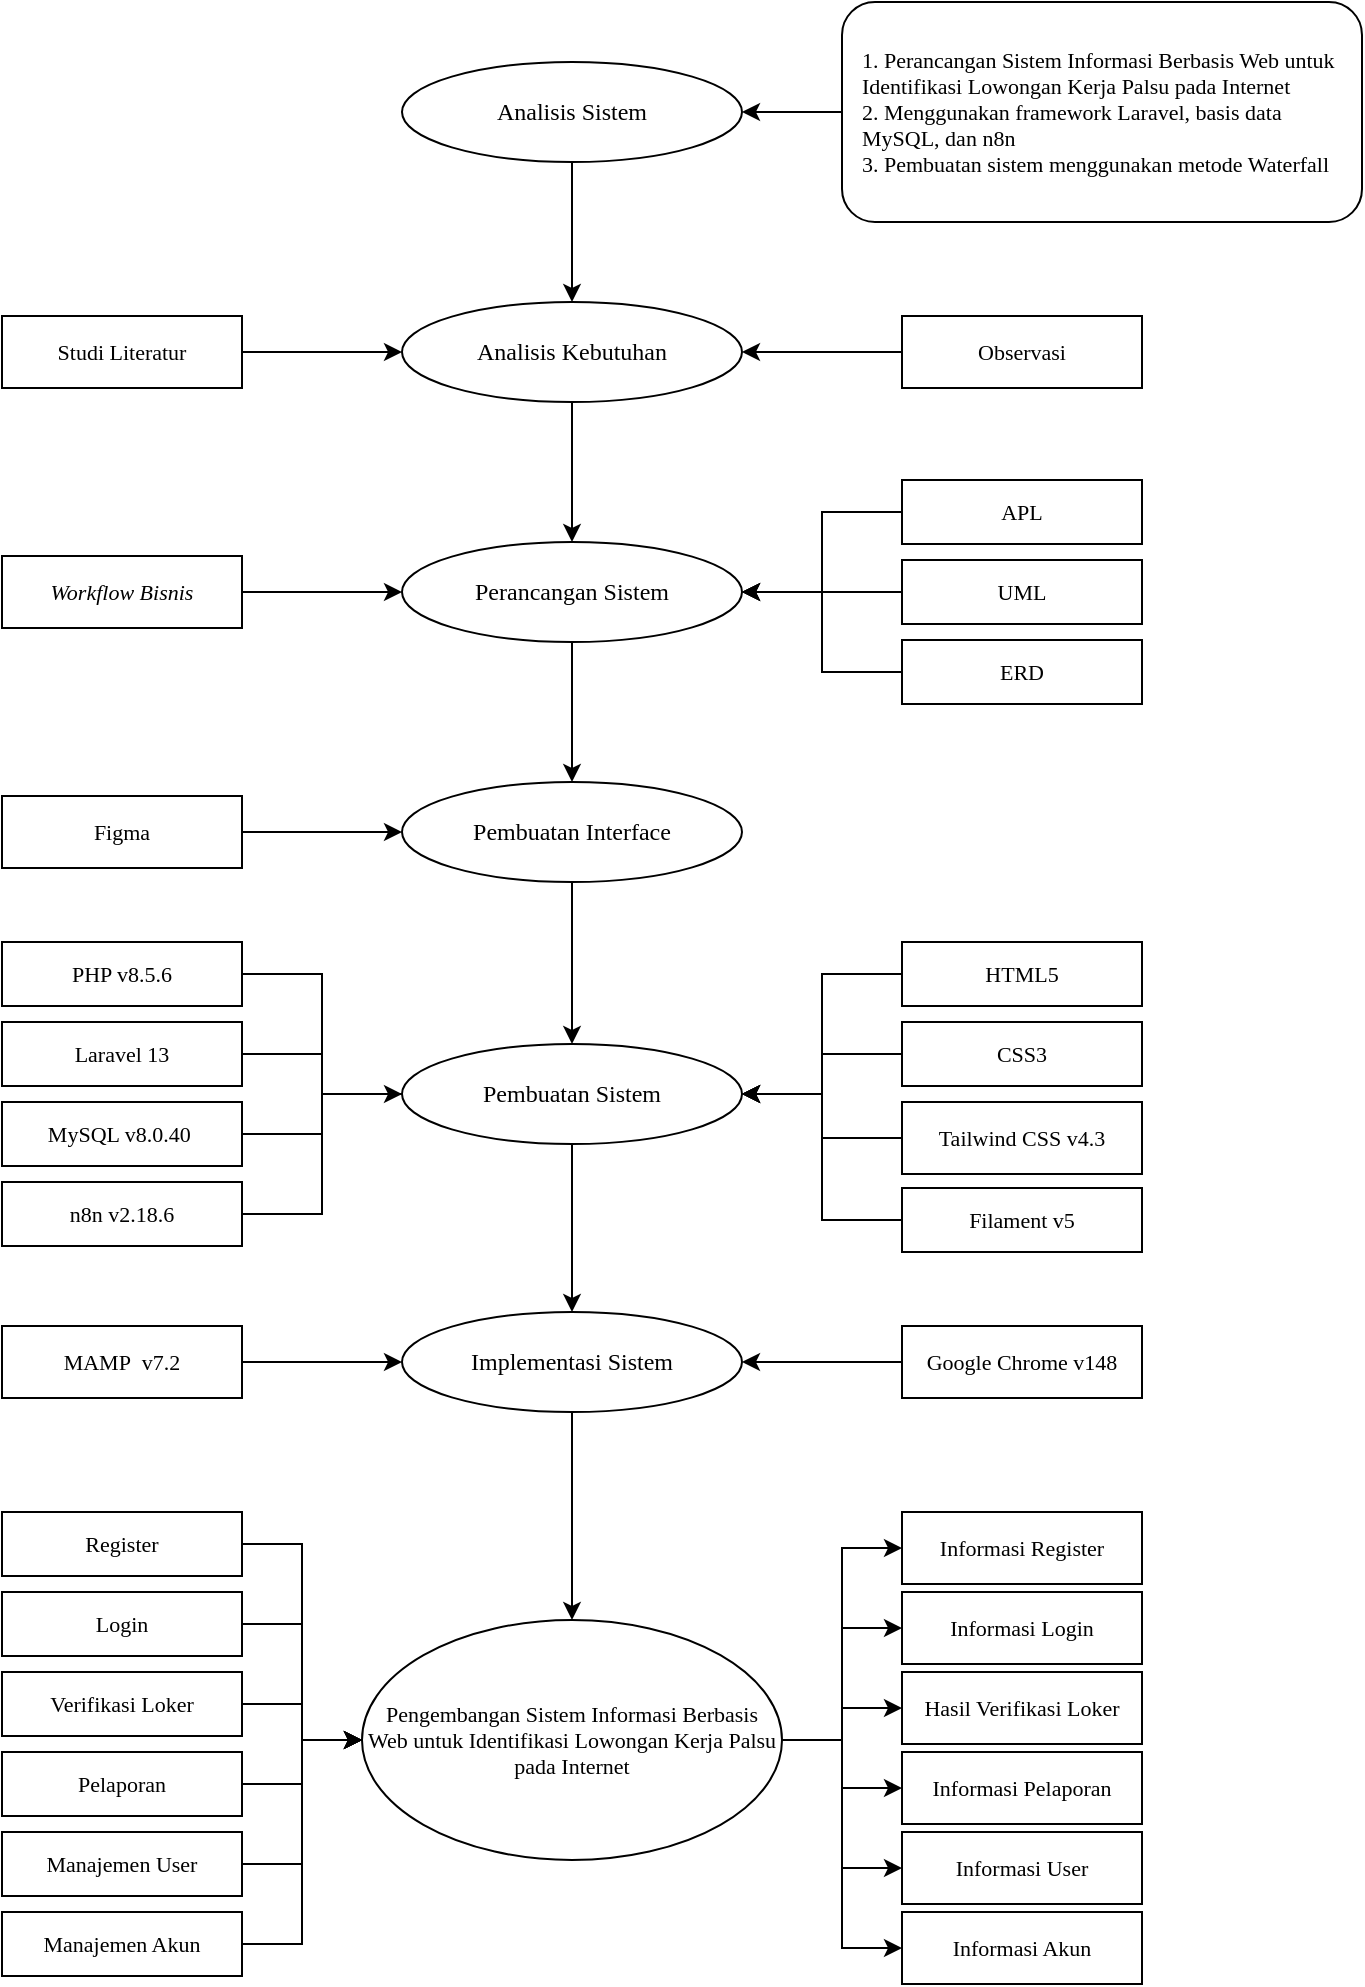
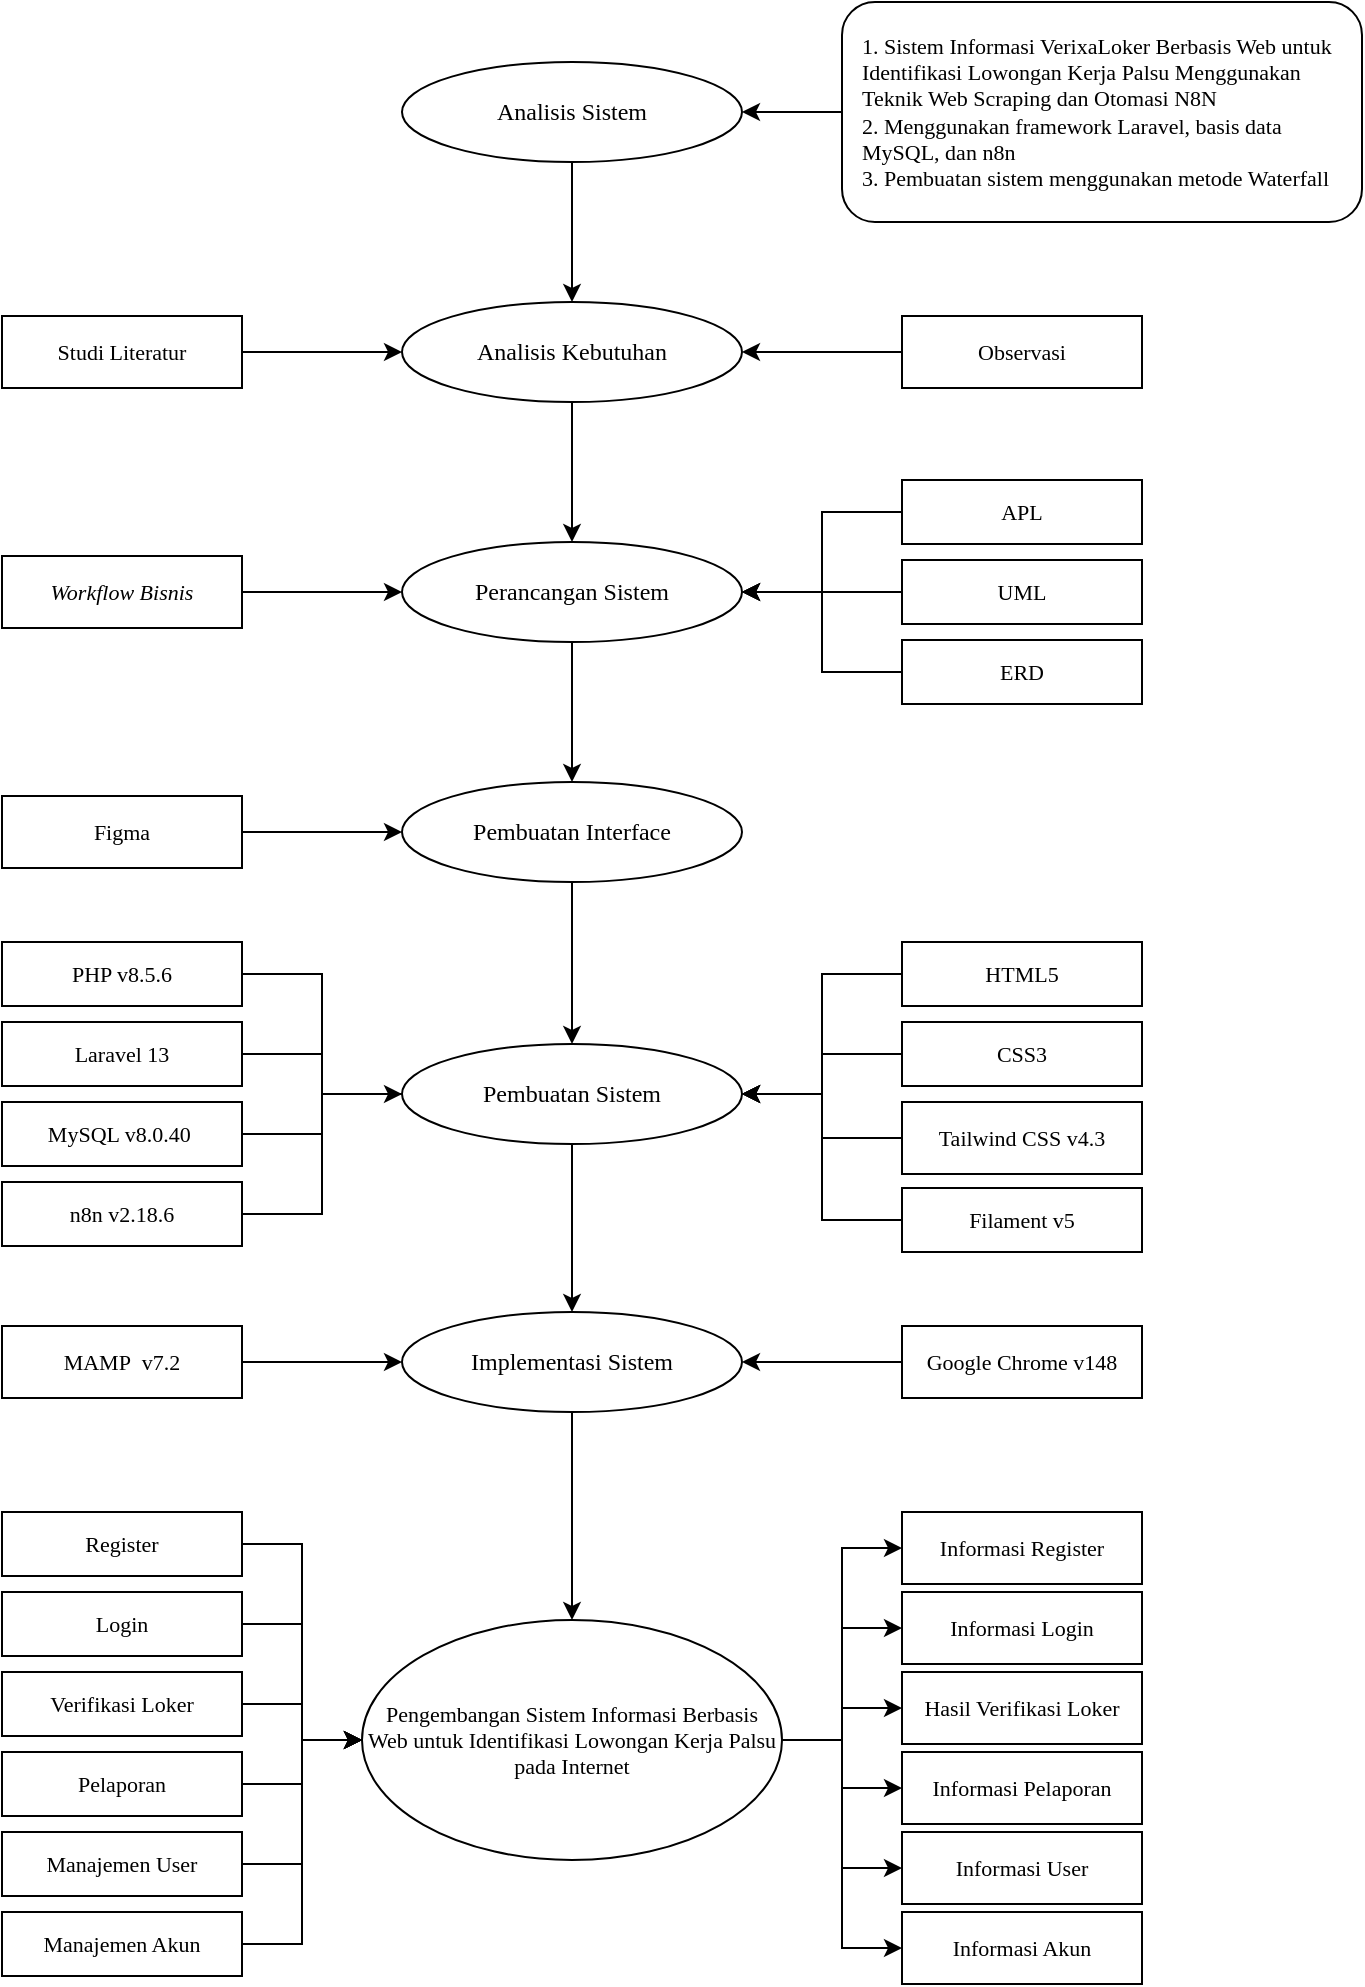
<mxfile host="app.diagrams.net">
  <diagram name="Page-1" id="yfmV3Sks-nrF4BvnnPUG">
-     <mxGraphModel dx="838" dy="457" grid="1" gridSize="10" guides="1" tooltips="1" connect="1" arrows="1" fold="1" page="1" pageScale="1" pageWidth="827" pageHeight="1169" math="0" shadow="0">
+     <mxGraphModel dx="665" dy="363" grid="1" gridSize="10" guides="1" tooltips="1" connect="1" arrows="1" fold="1" page="1" pageScale="1" pageWidth="827" pageHeight="1169" math="0" shadow="0">
      <root>
        <mxCell id="0" />
        <mxCell id="1" parent="0" />
        <mxCell id="fTyH0j3n_jQUCsVNDcWE-1" parent="1" style="ellipse;whiteSpace=wrap;html=1;fillColor=#ffffff;strokeColor=#000000;fontFamily=Times New Roman;fontSize=12;" value="Analisis Sistem" vertex="1">
          <mxGeometry height="50" width="170" x="580" y="110" as="geometry" />
        </mxCell>
        <mxCell id="fTyH0j3n_jQUCsVNDcWE-2" parent="1" style="ellipse;whiteSpace=wrap;html=1;fillColor=#ffffff;strokeColor=#000000;fontFamily=Times New Roman;fontSize=12;" value="Analisis Kebutuhan" vertex="1">
          <mxGeometry height="50" width="170" x="580" y="230" as="geometry" />
        </mxCell>
        <mxCell id="fTyH0j3n_jQUCsVNDcWE-3" parent="1" style="ellipse;whiteSpace=wrap;html=1;fillColor=#ffffff;strokeColor=#000000;fontFamily=Times New Roman;fontSize=12;" value="Perancangan Sistem" vertex="1">
          <mxGeometry height="50" width="170" x="580" y="350" as="geometry" />
        </mxCell>
        <mxCell id="fTyH0j3n_jQUCsVNDcWE-4" parent="1" style="ellipse;whiteSpace=wrap;html=1;fillColor=#ffffff;strokeColor=#000000;fontFamily=Times New Roman;fontSize=12;" value="Pembuatan Interface" vertex="1">
          <mxGeometry height="50" width="170" x="580" y="470" as="geometry" />
        </mxCell>
        <mxCell id="fTyH0j3n_jQUCsVNDcWE-5" parent="1" style="ellipse;whiteSpace=wrap;html=1;fillColor=#ffffff;strokeColor=#000000;fontFamily=Times New Roman;fontSize=12;" value="Pembuatan Sistem" vertex="1">
          <mxGeometry height="50" width="170" x="580" y="601" as="geometry" />
        </mxCell>
        <mxCell id="fTyH0j3n_jQUCsVNDcWE-6" parent="1" style="ellipse;whiteSpace=wrap;html=1;fillColor=#ffffff;strokeColor=#000000;fontFamily=Times New Roman;fontSize=12;" value="Implementasi Sistem" vertex="1">
          <mxGeometry height="50" width="170" x="580" y="735" as="geometry" />
        </mxCell>
        <mxCell id="fTyH0j3n_jQUCsVNDcWE-7" parent="1" style="ellipse;whiteSpace=wrap;html=1;fillColor=#ffffff;strokeColor=#000000;fontFamily=Times New Roman;fontSize=11;" value="Pengembangan Sistem Informasi Berbasis Web untuk Identifikasi Lowongan Kerja Palsu pada Internet" vertex="1">
          <mxGeometry height="120" width="210" x="560" y="889" as="geometry" />
        </mxCell>
        <mxCell id="fTyH0j3n_jQUCsVNDcWE-8" edge="1" parent="1" source="fTyH0j3n_jQUCsVNDcWE-1" style="endArrow=classic;html=1;rounded=0;exitX=0.5;exitY=1;entryX=0.5;entryY=0;" target="fTyH0j3n_jQUCsVNDcWE-2">
          <mxGeometry relative="1" as="geometry" />
        </mxCell>
        <mxCell id="fTyH0j3n_jQUCsVNDcWE-9" edge="1" parent="1" source="fTyH0j3n_jQUCsVNDcWE-2" style="endArrow=classic;html=1;rounded=0;exitX=0.5;exitY=1;entryX=0.5;entryY=0;" target="fTyH0j3n_jQUCsVNDcWE-3">
          <mxGeometry relative="1" as="geometry" />
        </mxCell>
        <mxCell id="fTyH0j3n_jQUCsVNDcWE-10" edge="1" parent="1" source="fTyH0j3n_jQUCsVNDcWE-3" style="endArrow=classic;html=1;rounded=0;exitX=0.5;exitY=1;entryX=0.5;entryY=0;" target="fTyH0j3n_jQUCsVNDcWE-4">
          <mxGeometry relative="1" as="geometry" />
        </mxCell>
        <mxCell id="fTyH0j3n_jQUCsVNDcWE-11" edge="1" parent="1" source="fTyH0j3n_jQUCsVNDcWE-4" style="endArrow=classic;html=1;rounded=0;exitX=0.5;exitY=1;entryX=0.5;entryY=0;" target="fTyH0j3n_jQUCsVNDcWE-5">
          <mxGeometry relative="1" as="geometry" />
        </mxCell>
        <mxCell id="fTyH0j3n_jQUCsVNDcWE-12" edge="1" parent="1" source="fTyH0j3n_jQUCsVNDcWE-5" style="endArrow=classic;html=1;rounded=0;exitX=0.5;exitY=1;entryX=0.5;entryY=0;" target="fTyH0j3n_jQUCsVNDcWE-6">
          <mxGeometry relative="1" as="geometry" />
        </mxCell>
        <mxCell id="fTyH0j3n_jQUCsVNDcWE-13" edge="1" parent="1" source="fTyH0j3n_jQUCsVNDcWE-6" style="endArrow=classic;html=1;rounded=0;exitX=0.5;exitY=1;entryX=0.5;entryY=0;" target="fTyH0j3n_jQUCsVNDcWE-7">
          <mxGeometry relative="1" as="geometry" />
        </mxCell>
-         <mxCell id="fTyH0j3n_jQUCsVNDcWE-14" parent="1" style="rounded=1;whiteSpace=wrap;html=1;fillColor=#ffffff;strokeColor=#000000;fontFamily=Times New Roman;fontSize=11;align=left;verticalAlign=middle;spacingLeft=8;spacingRight=8;" value="1. Perancangan Sistem Informasi Berbasis Web untuk Identifikasi Lowongan Kerja Palsu pada Internet&lt;br&gt;2. Menggunakan framework Laravel, basis data MySQL, dan n8n&lt;br&gt;3. Pembuatan sistem menggunakan metode Waterfall" vertex="1">
+         <mxCell id="fTyH0j3n_jQUCsVNDcWE-14" parent="1" style="rounded=1;whiteSpace=wrap;html=1;fillColor=#ffffff;strokeColor=#000000;fontFamily=Times New Roman;fontSize=11;align=left;verticalAlign=middle;spacingLeft=8;spacingRight=8;" value="1. Sistem Informasi VerixaLoker Berbasis Web untuk Identifikasi Lowongan Kerja Palsu Menggunakan Teknik Web Scraping dan Otomasi N8N&lt;br&gt;2. Menggunakan framework Laravel, basis data MySQL, dan n8n&lt;br&gt;3. Pembuatan sistem menggunakan metode Waterfall" vertex="1">
          <mxGeometry height="110" width="260" x="800" y="80" as="geometry" />
        </mxCell>
        <mxCell id="fTyH0j3n_jQUCsVNDcWE-15" edge="1" parent="1" source="fTyH0j3n_jQUCsVNDcWE-1" style="endArrow=none;html=1;rounded=0;exitX=1;exitY=0.5;entryX=0;entryY=0.5;startArrow=classic;startFill=1;" target="fTyH0j3n_jQUCsVNDcWE-14">
          <mxGeometry relative="1" as="geometry" />
        </mxCell>
        <mxCell id="fTyH0j3n_jQUCsVNDcWE-16" parent="1" style="rounded=0;whiteSpace=wrap;html=1;fillColor=#ffffff;strokeColor=#000000;fontFamily=Times New Roman;fontSize=11;" value="Studi Literatur" vertex="1">
          <mxGeometry height="36" width="120" x="380" y="237" as="geometry" />
        </mxCell>
        <mxCell id="fTyH0j3n_jQUCsVNDcWE-19" edge="1" parent="1" source="fTyH0j3n_jQUCsVNDcWE-16" style="endArrow=classic;html=1;exitX=1;exitY=0.5;entryX=0;entryY=0.5;endFill=1;" target="fTyH0j3n_jQUCsVNDcWE-2">
          <mxGeometry relative="1" as="geometry" />
        </mxCell>
        <mxCell id="fTyH0j3n_jQUCsVNDcWE-22" parent="1" style="rounded=0;whiteSpace=wrap;html=1;fillColor=#ffffff;strokeColor=#000000;fontFamily=Times New Roman;fontSize=11;fontStyle=2" value="Workflow Bisnis" vertex="1">
          <mxGeometry height="36" width="120" x="380" y="357" as="geometry" />
        </mxCell>
        <mxCell id="fTyH0j3n_jQUCsVNDcWE-23" parent="1" style="rounded=0;whiteSpace=wrap;html=1;fillColor=#ffffff;strokeColor=#000000;fontFamily=Times New Roman;fontSize=11;" value="APL" vertex="1">
          <mxGeometry height="32" width="120" x="830" y="319" as="geometry" />
        </mxCell>
        <mxCell id="fTyH0j3n_jQUCsVNDcWE-24" parent="1" style="rounded=0;whiteSpace=wrap;html=1;fillColor=#ffffff;strokeColor=#000000;fontFamily=Times New Roman;fontSize=11;" value="UML" vertex="1">
          <mxGeometry height="32" width="120" x="830" y="359" as="geometry" />
        </mxCell>
        <mxCell id="fTyH0j3n_jQUCsVNDcWE-25" parent="1" style="rounded=0;whiteSpace=wrap;html=1;fillColor=#ffffff;strokeColor=#000000;fontFamily=Times New Roman;fontSize=11;" value="ERD" vertex="1">
          <mxGeometry height="32" width="120" x="830" y="399" as="geometry" />
        </mxCell>
        <mxCell id="fTyH0j3n_jQUCsVNDcWE-26" edge="1" parent="1" source="fTyH0j3n_jQUCsVNDcWE-22" style="endArrow=classic;html=1;exitX=1;exitY=0.5;entryX=0;entryY=0.5;endFill=1;" target="fTyH0j3n_jQUCsVNDcWE-3">
          <mxGeometry relative="1" as="geometry" />
        </mxCell>
        <mxCell id="fTyH0j3n_jQUCsVNDcWE-27" edge="1" parent="1" source="fTyH0j3n_jQUCsVNDcWE-3" style="endArrow=none;html=1;exitX=1;exitY=0.5;entryX=0;entryY=0.5;startArrow=classic;startFill=1;edgeStyle=orthogonalEdgeStyle;rounded=0;curved=0;" target="fTyH0j3n_jQUCsVNDcWE-23">
          <mxGeometry relative="1" as="geometry" />
        </mxCell>
        <mxCell id="fTyH0j3n_jQUCsVNDcWE-28" edge="1" parent="1" source="fTyH0j3n_jQUCsVNDcWE-3" style="endArrow=none;html=1;exitX=1;exitY=0.5;entryX=0;entryY=0.5;startArrow=classic;startFill=1;edgeStyle=orthogonalEdgeStyle;rounded=0;curved=0;" target="fTyH0j3n_jQUCsVNDcWE-24">
          <mxGeometry relative="1" as="geometry" />
        </mxCell>
        <mxCell id="fTyH0j3n_jQUCsVNDcWE-29" edge="1" parent="1" source="fTyH0j3n_jQUCsVNDcWE-3" style="endArrow=none;html=1;exitX=1;exitY=0.5;entryX=0;entryY=0.5;startArrow=classic;startFill=1;edgeStyle=orthogonalEdgeStyle;rounded=0;curved=0;" target="fTyH0j3n_jQUCsVNDcWE-25">
          <mxGeometry relative="1" as="geometry" />
        </mxCell>
        <mxCell id="fTyH0j3n_jQUCsVNDcWE-30" parent="1" style="rounded=0;whiteSpace=wrap;html=1;fillColor=#ffffff;strokeColor=#000000;fontFamily=Times New Roman;fontSize=11;" value="Figma" vertex="1">
          <mxGeometry height="36" width="120" x="380" y="477" as="geometry" />
        </mxCell>
        <mxCell id="fTyH0j3n_jQUCsVNDcWE-31" edge="1" parent="1" source="fTyH0j3n_jQUCsVNDcWE-30" style="endArrow=classic;html=1;exitX=1;exitY=0.5;entryX=0;entryY=0.5;endFill=1;" target="fTyH0j3n_jQUCsVNDcWE-4">
          <mxGeometry relative="1" as="geometry" />
        </mxCell>
        <mxCell id="fTyH0j3n_jQUCsVNDcWE-32" parent="1" style="rounded=0;whiteSpace=wrap;html=1;fillColor=#ffffff;strokeColor=#000000;fontFamily=Times New Roman;fontSize=11;" value="PHP v8.5.6" vertex="1">
          <mxGeometry height="32" width="120" x="380" y="550" as="geometry" />
        </mxCell>
        <mxCell id="fTyH0j3n_jQUCsVNDcWE-33" parent="1" style="rounded=0;whiteSpace=wrap;html=1;fillColor=#ffffff;strokeColor=#000000;fontFamily=Times New Roman;fontSize=11;" value="Laravel 13" vertex="1">
          <mxGeometry height="32" width="120" x="380" y="590" as="geometry" />
        </mxCell>
        <mxCell id="fTyH0j3n_jQUCsVNDcWE-34" parent="1" style="rounded=0;whiteSpace=wrap;html=1;fillColor=#ffffff;strokeColor=#000000;fontFamily=Times New Roman;fontSize=11;" value="MySQL v8.0.40&amp;nbsp;" vertex="1">
          <mxGeometry height="32" width="120" x="380" y="630" as="geometry" />
        </mxCell>
        <mxCell id="fTyH0j3n_jQUCsVNDcWE-35" parent="1" style="rounded=0;whiteSpace=wrap;html=1;fillColor=#ffffff;strokeColor=#000000;fontFamily=Times New Roman;fontSize=11;" value="HTML5" vertex="1">
          <mxGeometry height="32" width="120" x="830" y="550" as="geometry" />
        </mxCell>
        <mxCell id="fTyH0j3n_jQUCsVNDcWE-36" parent="1" style="rounded=0;whiteSpace=wrap;html=1;fillColor=#ffffff;strokeColor=#000000;fontFamily=Times New Roman;fontSize=11;" value="CSS3" vertex="1">
          <mxGeometry height="32" width="120" x="830" y="590" as="geometry" />
        </mxCell>
        <mxCell id="fTyH0j3n_jQUCsVNDcWE-37" parent="1" style="rounded=0;whiteSpace=wrap;html=1;fillColor=#ffffff;strokeColor=#000000;fontFamily=Times New Roman;fontSize=11;" value="Tailwind CSS v4.3" vertex="1">
          <mxGeometry height="36" width="120" x="830" y="630" as="geometry" />
        </mxCell>
        <mxCell id="fTyH0j3n_jQUCsVNDcWE-38" edge="1" parent="1" source="fTyH0j3n_jQUCsVNDcWE-32" style="endArrow=none;html=1;exitX=1;exitY=0.5;entryX=0;entryY=0.5;edgeStyle=orthogonalEdgeStyle;rounded=0;curved=0;" target="fTyH0j3n_jQUCsVNDcWE-5">
          <mxGeometry relative="1" as="geometry" />
        </mxCell>
        <mxCell id="fTyH0j3n_jQUCsVNDcWE-39" edge="1" parent="1" source="fTyH0j3n_jQUCsVNDcWE-33" style="endArrow=none;html=1;exitX=1;exitY=0.5;entryX=0;entryY=0.5;edgeStyle=orthogonalEdgeStyle;rounded=0;curved=0;" target="fTyH0j3n_jQUCsVNDcWE-5">
          <mxGeometry relative="1" as="geometry" />
        </mxCell>
        <mxCell id="fTyH0j3n_jQUCsVNDcWE-40" edge="1" parent="1" source="fTyH0j3n_jQUCsVNDcWE-34" style="endArrow=none;html=1;exitX=1;exitY=0.5;entryX=0;entryY=0.5;edgeStyle=orthogonalEdgeStyle;rounded=0;curved=0;" target="fTyH0j3n_jQUCsVNDcWE-5">
          <mxGeometry relative="1" as="geometry" />
        </mxCell>
        <mxCell id="fTyH0j3n_jQUCsVNDcWE-41" edge="1" parent="1" source="fTyH0j3n_jQUCsVNDcWE-5" style="endArrow=none;html=1;exitX=1;exitY=0.5;entryX=0;entryY=0.5;edgeStyle=orthogonalEdgeStyle;rounded=0;curved=0;startArrow=classic;startFill=1;" target="fTyH0j3n_jQUCsVNDcWE-35">
          <mxGeometry relative="1" as="geometry" />
        </mxCell>
        <mxCell id="fTyH0j3n_jQUCsVNDcWE-42" edge="1" parent="1" source="fTyH0j3n_jQUCsVNDcWE-5" style="endArrow=none;html=1;exitX=1;exitY=0.5;entryX=0;entryY=0.5;edgeStyle=orthogonalEdgeStyle;rounded=0;curved=0;startArrow=classic;startFill=1;" target="fTyH0j3n_jQUCsVNDcWE-36">
          <mxGeometry relative="1" as="geometry" />
        </mxCell>
        <mxCell id="fTyH0j3n_jQUCsVNDcWE-43" edge="1" parent="1" source="fTyH0j3n_jQUCsVNDcWE-5" style="endArrow=none;html=1;exitX=1;exitY=0.5;entryX=0;entryY=0.5;edgeStyle=orthogonalEdgeStyle;rounded=0;curved=0;startArrow=classic;startFill=1;" target="fTyH0j3n_jQUCsVNDcWE-37">
          <mxGeometry relative="1" as="geometry" />
        </mxCell>
        <mxCell id="fTyH0j3n_jQUCsVNDcWE-44" parent="1" style="rounded=0;whiteSpace=wrap;html=1;fillColor=#ffffff;strokeColor=#000000;fontFamily=Times New Roman;fontSize=11;" value="MAMP&amp;nbsp; v7.2" vertex="1">
          <mxGeometry height="36" width="120" x="380" y="742" as="geometry" />
        </mxCell>
        <mxCell id="fTyH0j3n_jQUCsVNDcWE-45" parent="1" style="rounded=0;whiteSpace=wrap;html=1;fillColor=#ffffff;strokeColor=#000000;fontFamily=Times New Roman;fontSize=11;" value="Google Chrome v148" vertex="1">
          <mxGeometry height="36" width="120" x="830" y="742" as="geometry" />
        </mxCell>
        <mxCell id="fTyH0j3n_jQUCsVNDcWE-46" edge="1" parent="1" source="fTyH0j3n_jQUCsVNDcWE-44" style="endArrow=classic;html=1;exitX=1;exitY=0.5;entryX=0;entryY=0.5;endFill=1;" target="fTyH0j3n_jQUCsVNDcWE-6">
          <mxGeometry relative="1" as="geometry" />
        </mxCell>
        <mxCell id="fTyH0j3n_jQUCsVNDcWE-47" edge="1" parent="1" source="fTyH0j3n_jQUCsVNDcWE-6" style="endArrow=none;html=1;exitX=1;exitY=0.5;entryX=0;entryY=0.5;startArrow=classic;startFill=1;" target="fTyH0j3n_jQUCsVNDcWE-45">
          <mxGeometry relative="1" as="geometry" />
        </mxCell>
        <mxCell id="fTyH0j3n_jQUCsVNDcWE-48" parent="1" style="rounded=0;whiteSpace=wrap;html=1;fillColor=#ffffff;strokeColor=#000000;fontFamily=Times New Roman;fontSize=11;" value="Register" vertex="1">
          <mxGeometry height="32" width="120" x="380" y="835" as="geometry" />
        </mxCell>
        <mxCell id="fTyH0j3n_jQUCsVNDcWE-49" parent="1" style="rounded=0;whiteSpace=wrap;html=1;fillColor=#ffffff;strokeColor=#000000;fontFamily=Times New Roman;fontSize=11;" value="Login" vertex="1">
          <mxGeometry height="32" width="120" x="380" y="875" as="geometry" />
        </mxCell>
        <mxCell id="fTyH0j3n_jQUCsVNDcWE-50" parent="1" style="rounded=0;whiteSpace=wrap;html=1;fillColor=#ffffff;strokeColor=#000000;fontFamily=Times New Roman;fontSize=11;" value="Verifikasi Loker" vertex="1">
          <mxGeometry height="32" width="120" x="380" y="915" as="geometry" />
        </mxCell>
        <mxCell id="fTyH0j3n_jQUCsVNDcWE-51" parent="1" style="rounded=0;whiteSpace=wrap;html=1;fillColor=#ffffff;strokeColor=#000000;fontFamily=Times New Roman;fontSize=11;" value="Pelaporan" vertex="1">
          <mxGeometry height="32" width="120" x="380" y="955" as="geometry" />
        </mxCell>
        <mxCell id="fTyH0j3n_jQUCsVNDcWE-52" parent="1" style="rounded=0;whiteSpace=wrap;html=1;fillColor=#ffffff;strokeColor=#000000;fontFamily=Times New Roman;fontSize=11;" value="Manajemen User" vertex="1">
          <mxGeometry height="32" width="120" x="380" y="995" as="geometry" />
        </mxCell>
        <mxCell id="fTyH0j3n_jQUCsVNDcWE-53" parent="1" style="rounded=0;whiteSpace=wrap;html=1;fillColor=#ffffff;strokeColor=#000000;fontFamily=Times New Roman;fontSize=11;" value="Manajemen Akun" vertex="1">
          <mxGeometry height="32" width="120" x="380" y="1035" as="geometry" />
        </mxCell>
        <mxCell id="fTyH0j3n_jQUCsVNDcWE-59" edge="1" parent="1" source="fTyH0j3n_jQUCsVNDcWE-48" style="endArrow=classic;html=1;exitX=1;exitY=0.5;entryX=0;entryY=0.5;edgeStyle=orthogonalEdgeStyle;rounded=0;curved=0;endFill=1;" target="fTyH0j3n_jQUCsVNDcWE-7">
          <mxGeometry relative="1" as="geometry" />
        </mxCell>
        <mxCell id="fTyH0j3n_jQUCsVNDcWE-60" edge="1" parent="1" source="fTyH0j3n_jQUCsVNDcWE-49" style="endArrow=classic;html=1;exitX=1;exitY=0.5;entryX=0;entryY=0.5;edgeStyle=orthogonalEdgeStyle;rounded=0;curved=0;endFill=1;" target="fTyH0j3n_jQUCsVNDcWE-7">
          <mxGeometry relative="1" as="geometry" />
        </mxCell>
        <mxCell id="fTyH0j3n_jQUCsVNDcWE-61" edge="1" parent="1" source="fTyH0j3n_jQUCsVNDcWE-50" style="endArrow=classic;html=1;exitX=1;exitY=0.5;entryX=0;entryY=0.5;edgeStyle=orthogonalEdgeStyle;rounded=0;curved=0;endFill=1;" target="fTyH0j3n_jQUCsVNDcWE-7">
          <mxGeometry relative="1" as="geometry" />
        </mxCell>
        <mxCell id="fTyH0j3n_jQUCsVNDcWE-62" edge="1" parent="1" source="fTyH0j3n_jQUCsVNDcWE-51" style="endArrow=none;html=1;exitX=1;exitY=0.5;entryX=0;entryY=0.5;edgeStyle=orthogonalEdgeStyle;rounded=0;curved=0;" target="fTyH0j3n_jQUCsVNDcWE-7">
          <mxGeometry relative="1" as="geometry" />
        </mxCell>
        <mxCell id="fTyH0j3n_jQUCsVNDcWE-63" edge="1" parent="1" source="fTyH0j3n_jQUCsVNDcWE-52" style="endArrow=classic;html=1;exitX=1;exitY=0.5;entryX=0;entryY=0.5;edgeStyle=orthogonalEdgeStyle;rounded=0;curved=0;endFill=1;" target="fTyH0j3n_jQUCsVNDcWE-7">
          <mxGeometry relative="1" as="geometry" />
        </mxCell>
        <mxCell id="fTyH0j3n_jQUCsVNDcWE-64" edge="1" parent="1" source="fTyH0j3n_jQUCsVNDcWE-53" style="endArrow=classic;html=1;exitX=1;exitY=0.5;entryX=0;entryY=0.5;edgeStyle=orthogonalEdgeStyle;rounded=0;curved=0;endFill=1;" target="fTyH0j3n_jQUCsVNDcWE-7">
          <mxGeometry relative="1" as="geometry" />
        </mxCell>
        <mxCell id="fTyH0j3n_jQUCsVNDcWE-70" parent="1" style="rounded=0;whiteSpace=wrap;html=1;fillColor=#ffffff;strokeColor=#000000;fontFamily=Times New Roman;fontSize=11;" value="Informasi Register" vertex="1">
          <mxGeometry height="36" width="120" x="830" y="835" as="geometry" />
        </mxCell>
        <mxCell id="fTyH0j3n_jQUCsVNDcWE-71" parent="1" style="rounded=0;whiteSpace=wrap;html=1;fillColor=#ffffff;strokeColor=#000000;fontFamily=Times New Roman;fontSize=11;" value="Informasi Login" vertex="1">
          <mxGeometry height="36" width="120" x="830" y="875" as="geometry" />
        </mxCell>
        <mxCell id="fTyH0j3n_jQUCsVNDcWE-72" parent="1" style="rounded=0;whiteSpace=wrap;html=1;fillColor=#ffffff;strokeColor=#000000;fontFamily=Times New Roman;fontSize=11;" value="Hasil Verifikasi Loker" vertex="1">
          <mxGeometry height="36" width="120" x="830" y="915" as="geometry" />
        </mxCell>
        <mxCell id="fTyH0j3n_jQUCsVNDcWE-73" parent="1" style="rounded=0;whiteSpace=wrap;html=1;fillColor=#ffffff;strokeColor=#000000;fontFamily=Times New Roman;fontSize=11;" value="Informasi Pelaporan" vertex="1">
          <mxGeometry height="36" width="120" x="830" y="955" as="geometry" />
        </mxCell>
        <mxCell id="fTyH0j3n_jQUCsVNDcWE-74" parent="1" style="rounded=0;whiteSpace=wrap;html=1;fillColor=#ffffff;strokeColor=#000000;fontFamily=Times New Roman;fontSize=11;" value="Informasi User" vertex="1">
          <mxGeometry height="36" width="120" x="830" y="995" as="geometry" />
        </mxCell>
        <mxCell id="fTyH0j3n_jQUCsVNDcWE-75" parent="1" style="rounded=0;whiteSpace=wrap;html=1;fillColor=#ffffff;strokeColor=#000000;fontFamily=Times New Roman;fontSize=11;" value="Informasi Akun" vertex="1">
          <mxGeometry height="36" width="120" x="830" y="1035" as="geometry" />
        </mxCell>
        <mxCell id="fTyH0j3n_jQUCsVNDcWE-81" edge="1" parent="1" source="fTyH0j3n_jQUCsVNDcWE-7" style="endArrow=classic;html=1;exitX=1;exitY=0.5;entryX=0;entryY=0.5;rounded=0;edgeStyle=orthogonalEdgeStyle;endFill=1;" target="fTyH0j3n_jQUCsVNDcWE-70">
          <mxGeometry relative="1" as="geometry" />
        </mxCell>
        <mxCell id="fTyH0j3n_jQUCsVNDcWE-82" edge="1" parent="1" source="fTyH0j3n_jQUCsVNDcWE-7" style="endArrow=classic;html=1;exitX=1;exitY=0.5;entryX=0;entryY=0.5;rounded=0;edgeStyle=orthogonalEdgeStyle;endFill=1;" target="fTyH0j3n_jQUCsVNDcWE-71">
          <mxGeometry relative="1" as="geometry" />
        </mxCell>
        <mxCell id="fTyH0j3n_jQUCsVNDcWE-83" edge="1" parent="1" source="fTyH0j3n_jQUCsVNDcWE-7" style="endArrow=classic;html=1;exitX=1;exitY=0.5;entryX=0;entryY=0.5;rounded=0;edgeStyle=orthogonalEdgeStyle;endFill=1;" target="fTyH0j3n_jQUCsVNDcWE-72">
          <mxGeometry relative="1" as="geometry" />
        </mxCell>
        <mxCell id="fTyH0j3n_jQUCsVNDcWE-84" edge="1" parent="1" source="fTyH0j3n_jQUCsVNDcWE-7" style="endArrow=classic;html=1;exitX=1;exitY=0.5;entryX=0;entryY=0.5;rounded=0;edgeStyle=orthogonalEdgeStyle;endFill=1;" target="fTyH0j3n_jQUCsVNDcWE-73">
          <mxGeometry relative="1" as="geometry" />
        </mxCell>
        <mxCell id="fTyH0j3n_jQUCsVNDcWE-85" edge="1" parent="1" source="fTyH0j3n_jQUCsVNDcWE-7" style="endArrow=classic;html=1;exitX=1;exitY=0.5;entryX=0;entryY=0.5;rounded=0;edgeStyle=orthogonalEdgeStyle;endFill=1;" target="fTyH0j3n_jQUCsVNDcWE-74">
          <mxGeometry relative="1" as="geometry" />
        </mxCell>
        <mxCell id="fTyH0j3n_jQUCsVNDcWE-86" edge="1" parent="1" source="fTyH0j3n_jQUCsVNDcWE-7" style="endArrow=classic;html=1;exitX=1;exitY=0.5;entryX=0;entryY=0.5;rounded=0;edgeStyle=orthogonalEdgeStyle;endFill=1;" target="fTyH0j3n_jQUCsVNDcWE-75">
          <mxGeometry relative="1" as="geometry" />
        </mxCell>
        <mxCell id="N9CpWy_333Ilmsceh_oc-2" edge="1" parent="1" source="N9CpWy_333Ilmsceh_oc-1" style="edgeStyle=orthogonalEdgeStyle;rounded=0;orthogonalLoop=1;jettySize=auto;html=1;exitX=1;exitY=0.5;exitDx=0;exitDy=0;entryX=0;entryY=0.5;entryDx=0;entryDy=0;" target="fTyH0j3n_jQUCsVNDcWE-5">
          <mxGeometry relative="1" as="geometry" />
        </mxCell>
        <mxCell id="N9CpWy_333Ilmsceh_oc-1" parent="1" style="rounded=0;whiteSpace=wrap;html=1;fillColor=#ffffff;strokeColor=#000000;fontFamily=Times New Roman;fontSize=11;" value="n8n v2.18.6" vertex="1">
          <mxGeometry height="32" width="120" x="380" y="670" as="geometry" />
        </mxCell>
        <mxCell id="N9CpWy_333Ilmsceh_oc-9" edge="1" parent="1" source="N9CpWy_333Ilmsceh_oc-8" style="edgeStyle=orthogonalEdgeStyle;rounded=0;orthogonalLoop=1;jettySize=auto;html=1;" target="fTyH0j3n_jQUCsVNDcWE-2" value="">
          <mxGeometry relative="1" as="geometry" />
        </mxCell>
        <mxCell id="N9CpWy_333Ilmsceh_oc-8" parent="1" style="rounded=0;whiteSpace=wrap;html=1;fillColor=#ffffff;strokeColor=#000000;fontFamily=Times New Roman;fontSize=11;" value="Observasi" vertex="1">
          <mxGeometry height="36" width="120" x="830" y="237" as="geometry" />
        </mxCell>
        <mxCell id="_PsySh128Ptlk5mH-gme-2" edge="1" parent="1" source="_PsySh128Ptlk5mH-gme-1" style="edgeStyle=orthogonalEdgeStyle;rounded=0;orthogonalLoop=1;jettySize=auto;html=1;exitX=0;exitY=0.5;exitDx=0;exitDy=0;entryX=1;entryY=0.5;entryDx=0;entryDy=0;" target="fTyH0j3n_jQUCsVNDcWE-5">
          <mxGeometry relative="1" as="geometry" />
        </mxCell>
        <mxCell id="_PsySh128Ptlk5mH-gme-1" parent="1" style="rounded=0;whiteSpace=wrap;html=1;fillColor=#ffffff;strokeColor=#000000;fontFamily=Times New Roman;fontSize=11;" value="Filament v5" vertex="1">
          <mxGeometry height="32" width="120" x="830" y="673" as="geometry" />
        </mxCell>
      </root>
    </mxGraphModel>
  </diagram>
</mxfile>
